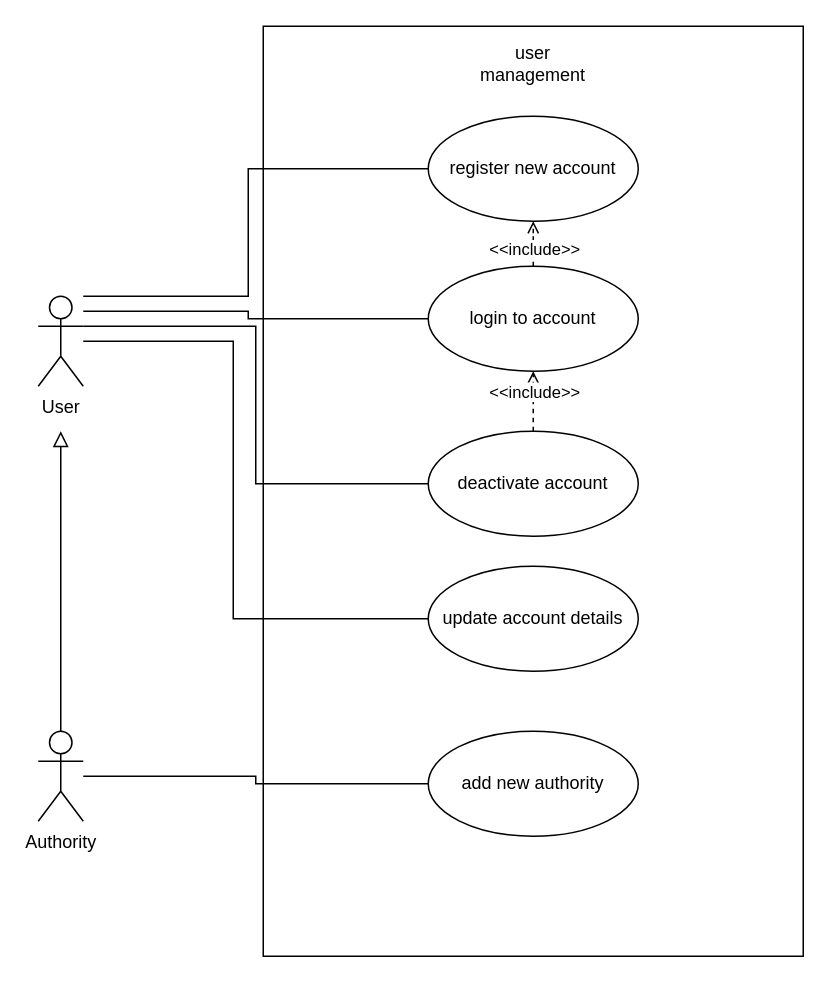
Earlier version of the draw.io diagram updated usecases/userManagement.drawio (Kari19/D1). Source tidied: cells renumbered, new cells numbered last; positions are measured from the earlier drawing's top-left corner, leaving out a move shared by most shapes. Both pictures are drawn from the tidied source at 150%, with x=0, y=0 at pixel (38, 26).
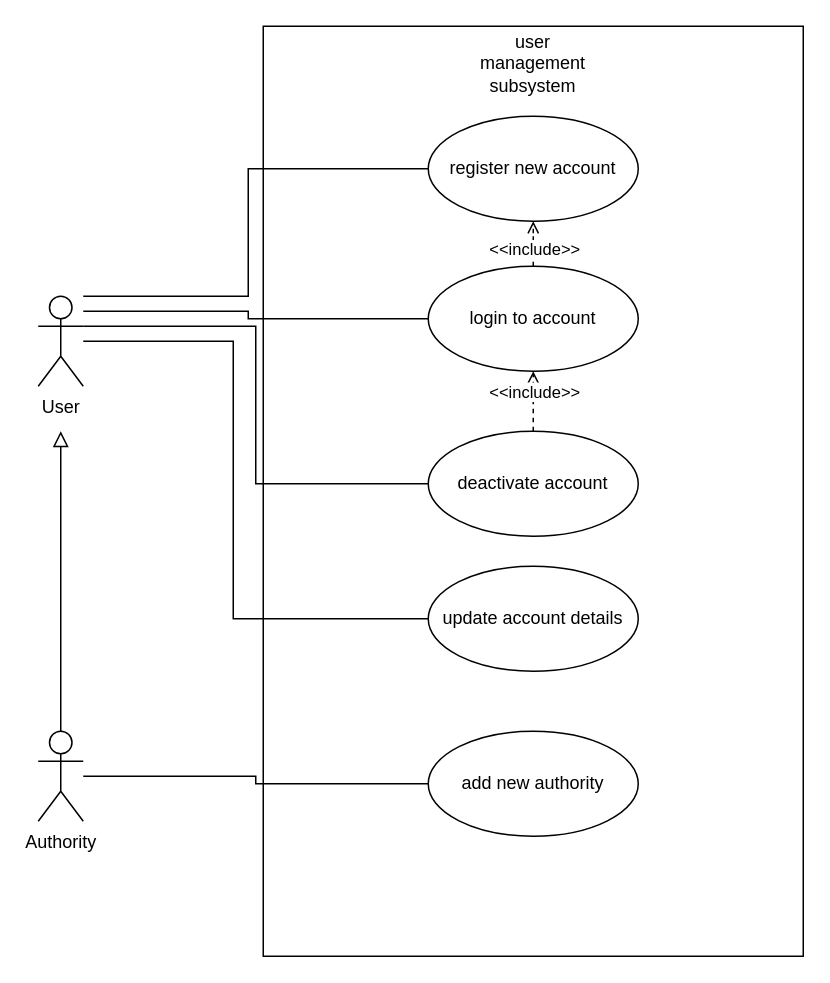
Above is the later version.

Change to the diagram source:
```diff
@@
-    <mxCell id="3" value="user management" style="text;html=1;align=center;verticalAlign=middle;whiteSpace=wrap;rounded=0;" parent="1" vertex="1">
+    <mxCell id="3" value="&lt;div&gt;user management subsystem&lt;/div&gt;" style="text;html=1;align=center;verticalAlign=middle;whiteSpace=wrap;rounded=0;" parent="1" vertex="1">
       <mxGeometry x="300" y="10" width="60" height="30" as="geometry" />
     </mxCell>
```
